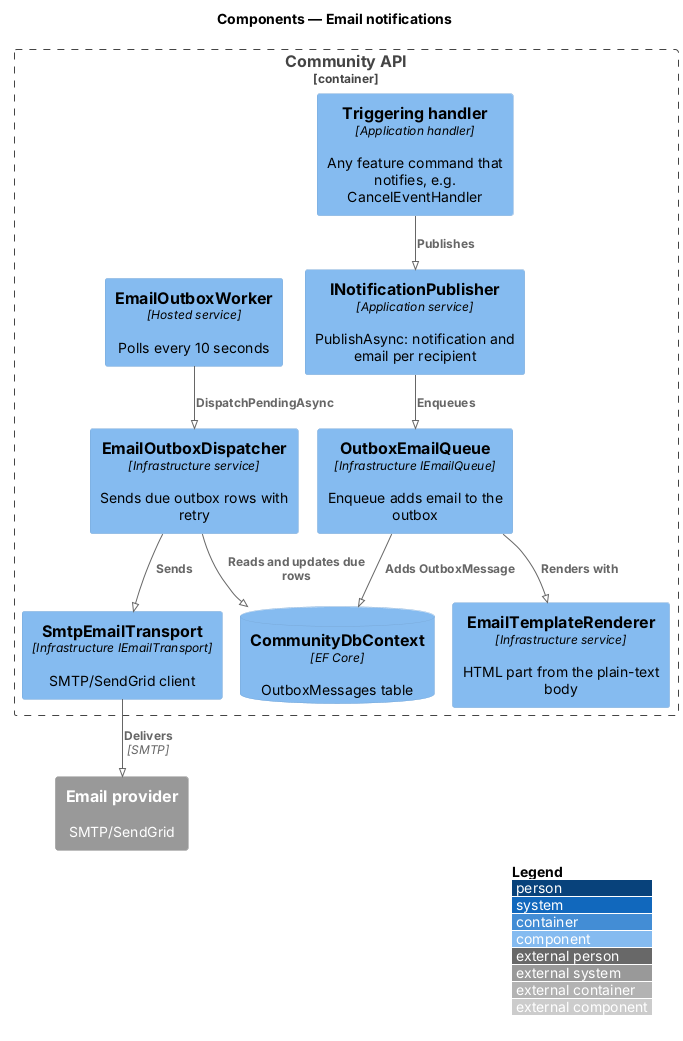
Earlier version of the PlantUML export docs/detailed-designs/notifications/email-notifications/diagrams/c4-component.png (QuinntyneBrown/faithtech-community).
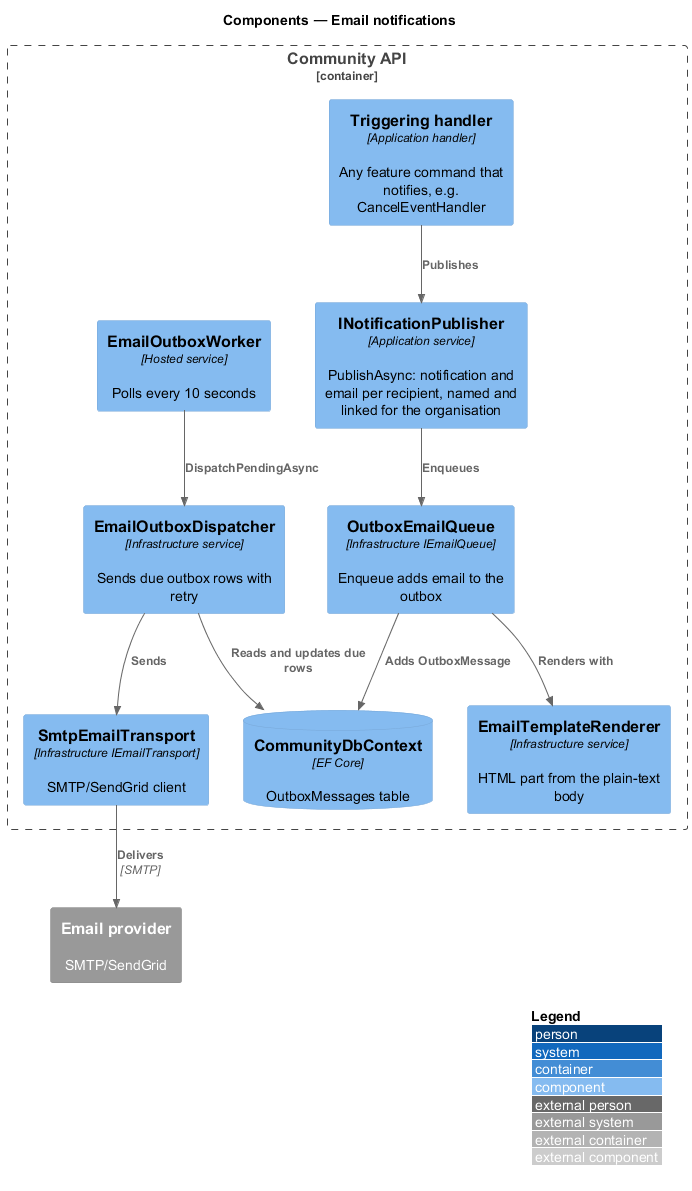
After the commit.

What changed in the source:
```diff
@@ -1,11 +1,10 @@
 @startuml
-!pragma layout smetana
 !include <C4/C4_Component>
 LAYOUT_WITH_LEGEND()
 title Components — Email notifications
 Container_Boundary(api, "Community API") {
   Component(src, "Triggering handler", "Application handler", "Any feature command that notifies, e.g. CancelEventHandler")
-  Component(pub, "INotificationPublisher", "Application service", "PublishAsync: notification and email per recipient")
+  Component(pub, "INotificationPublisher", "Application service", "PublishAsync: notification and email per recipient, named and linked for the organisation")
   Component(queue, "OutboxEmailQueue", "Infrastructure IEmailQueue", "Enqueue adds email to the outbox")
   Component(render, "EmailTemplateRenderer", "Infrastructure service", "HTML part from the plain-text body")
   Component(worker, "EmailOutboxWorker", "Hosted service", "Polls every 10 seconds")
```
